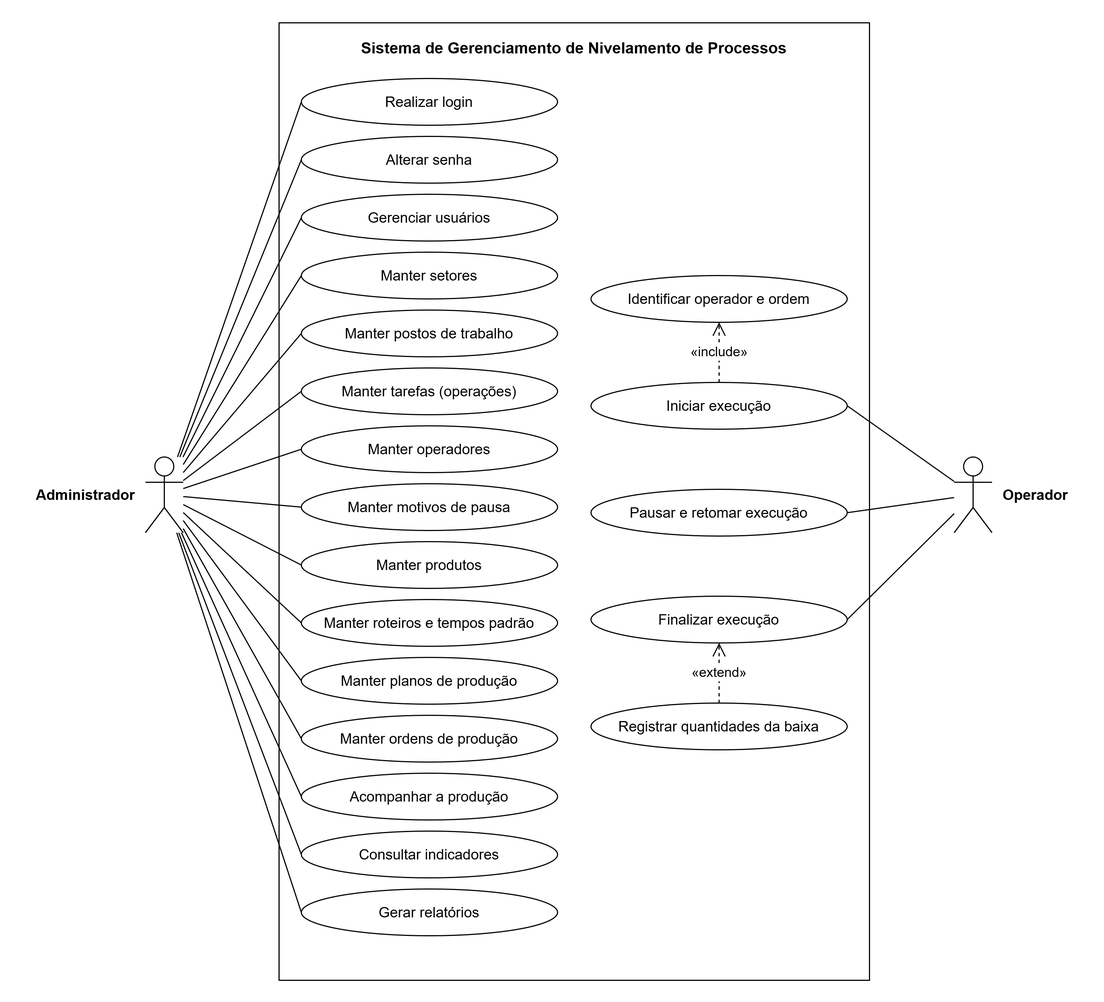
MateusGanda/Nivelamento-de-Processos keeps this draw.io diagram as docs/domain/diagrama-de-casos-de-uso.drawio.png. Above is the earlier version. Source tidied: cells renumbered, new cells last; positions are measured from the earlier drawing's top-left corner, leaving out a move shared by most shapes.
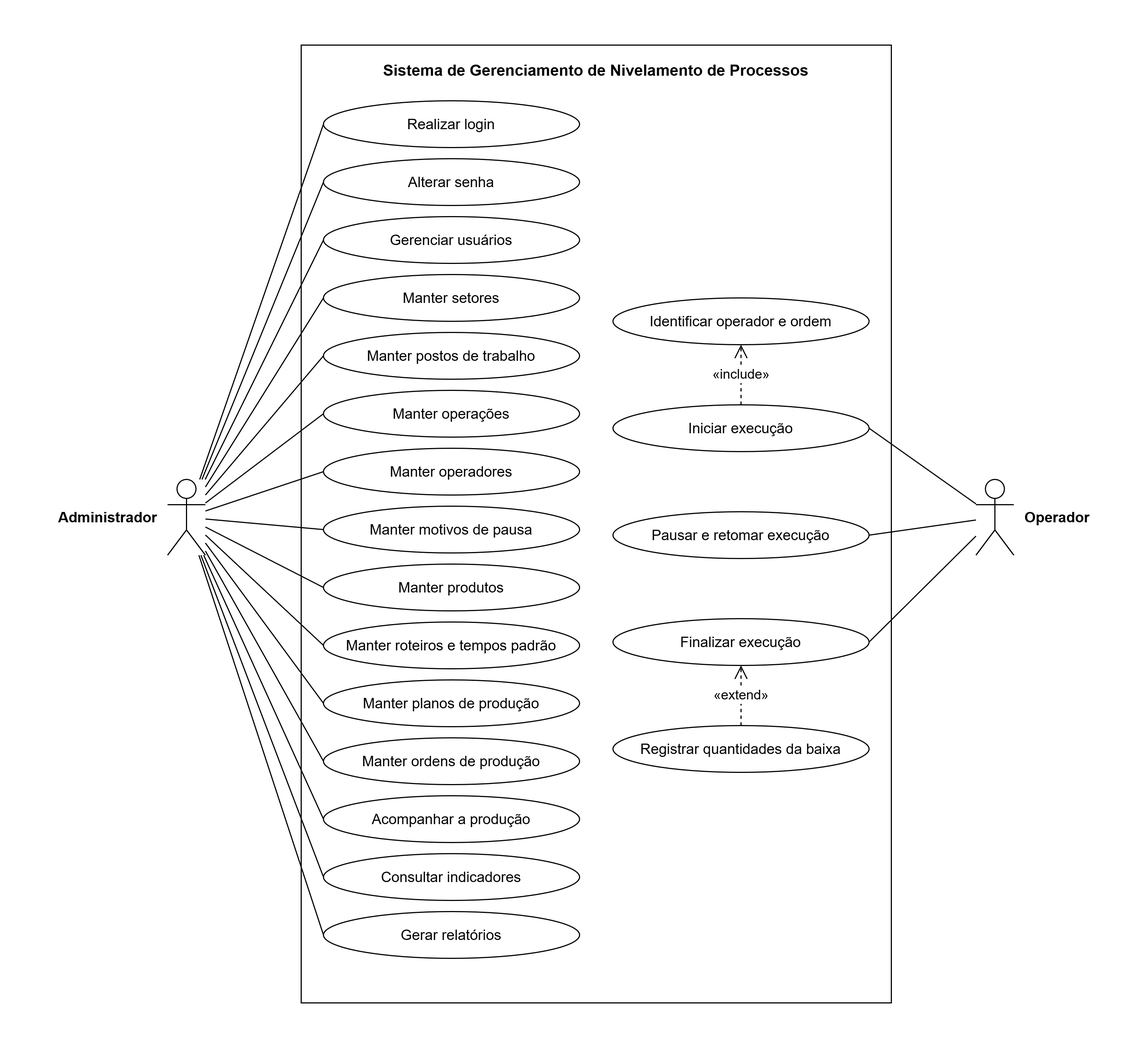
The same file after the commit.

Commit message:
docs: atualiza os capítulos 3 e 5 do TCC e os diagramas de classes e de casos de uso

What changed in the source:
```diff
@@ -23,7 +23,7 @@
     <mxCell id="8" value="Manter postos de trabalho" style="ellipse;whiteSpace=wrap;html=1;fillColor=#FFFFFF;fontSize=13;strokeColor=#000000;fontColor=#000000;" parent="1" vertex="1">
       <mxGeometry x="270" y="278" width="230" height="42" as="geometry" />
     </mxCell>
-    <mxCell id="9" value="Manter tarefas (operações)" style="ellipse;whiteSpace=wrap;html=1;fillColor=#FFFFFF;fontSize=13;strokeColor=#000000;fontColor=#000000;" parent="1" vertex="1">
+    <mxCell id="9" value="Manter operações" style="ellipse;whiteSpace=wrap;html=1;fillColor=#FFFFFF;fontSize=13;strokeColor=#000000;fontColor=#000000;" parent="1" vertex="1">
       <mxGeometry x="270" y="330" width="230" height="42" as="geometry" />
     </mxCell>
     <mxCell id="10" value="Manter operadores" style="ellipse;whiteSpace=wrap;html=1;fillColor=#FFFFFF;fontSize=13;strokeColor=#000000;fontColor=#000000;" parent="1" vertex="1">
```
